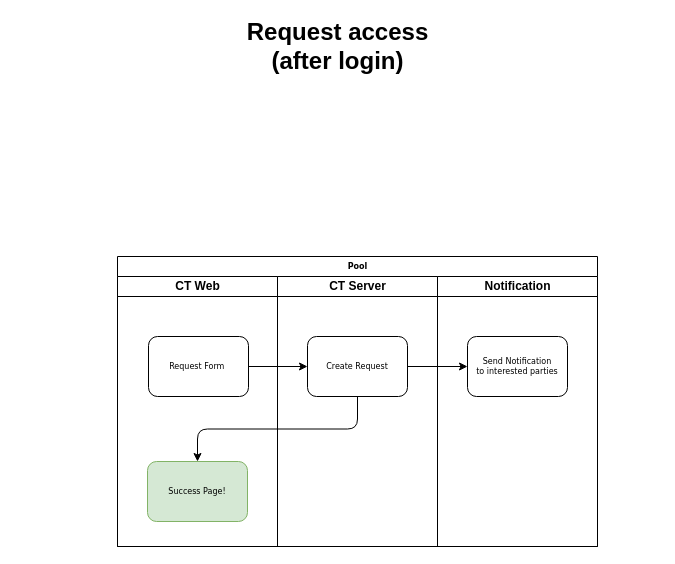
Before: page "Application Notification" (3 of 7) of Design/UserOnboardingFlow.drawio in alkem-io/alkemio, a draw.io diagram. Source tidied: cells renumbered, new cells numbered last; positions are measured from the earlier drawing's top-left corner, leaving out a move shared by most shapes. Both pictures are drawn from the tidied source at 100%, with x=0, y=0 at pixel (117, 26).
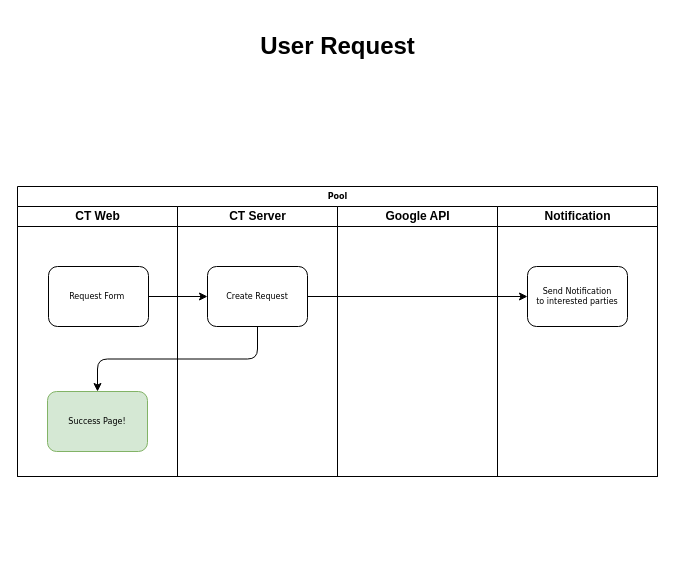
The same diagram, later.

Diff of the diagram source:
```diff
@@
 <mxGraphModel background="#ffffff">
   <root>
     <mxCell id="0" />
     <mxCell id="1" parent="0" />
     <mxCell id="2" value="Pool" style="swimlane;html=1;startSize=20;rounded=0;shadow=0;labelBackgroundColor=none;strokeWidth=1;fontFamily=Verdana;fontSize=8;align=center;" parent="1" vertex="1">
-      <mxGeometry y="230" width="480" height="290" as="geometry" />
+      <mxGeometry x="-100" y="160" width="640" height="290" as="geometry" />
     </mxCell>
     <mxCell id="3" value="CT Web" style="swimlane;html=1;startSize=20;" parent="2" vertex="1">
       <mxGeometry y="20" width="160" height="270" as="geometry" />
     </mxCell>
     <mxCell id="4" value="Request Form&amp;nbsp;" style="rounded=1;whiteSpace=wrap;html=1;shadow=0;labelBackgroundColor=none;strokeWidth=1;fontFamily=Verdana;fontSize=8;align=center;" parent="3" vertex="1">
       <mxGeometry x="31" y="60" width="100" height="60" as="geometry" />
     </mxCell>
     <mxCell id="5" value="Success Page!" style="rounded=1;whiteSpace=wrap;html=1;shadow=0;labelBackgroundColor=none;strokeWidth=1;fontFamily=Verdana;fontSize=8;align=center;fillColor=#d5e8d4;strokeColor=#82b366;" parent="3" vertex="1">
       <mxGeometry x="30" y="185" width="100" height="60" as="geometry" />
     </mxCell>
     <mxCell id="6" value="CT Server" style="swimlane;html=1;startSize=20;" parent="2" vertex="1">
       <mxGeometry x="160" y="20" width="160" height="270" as="geometry" />
     </mxCell>
     <mxCell id="7" value="Create Request" style="rounded=1;whiteSpace=wrap;html=1;shadow=0;labelBackgroundColor=none;strokeWidth=1;fontFamily=Verdana;fontSize=8;align=center;" parent="6" vertex="1">
       <mxGeometry x="30" y="60" width="100" height="60" as="geometry" />
     </mxCell>
+    <mxCell id="14" value="Google API" style="swimlane;html=1;startSize=20;" parent="2" vertex="1">
+      <mxGeometry x="320" y="20" width="160" height="270" as="geometry" />
+    </mxCell>
     <mxCell id="8" style="edgeStyle=orthogonalEdgeStyle;rounded=0;jettySize=auto;html=1;entryX=0;entryY=0.5;entryDx=0;entryDy=0;" parent="2" edge="1" source="4">
       <mxGeometry relative="1" as="geometry">
         <mxPoint x="190" y="110" as="targetPoint" />
       </mxGeometry>
     </mxCell>
     <mxCell id="9" style="edgeStyle=orthogonalEdgeStyle;rounded=1;jettySize=auto;html=1;exitX=0.5;exitY=1;exitDx=0;exitDy=0;" parent="2" edge="1" source="7" target="5">
       <mxGeometry relative="1" as="geometry" />
     </mxCell>
     <mxCell id="10" style="edgeStyle=orthogonalEdgeStyle;rounded=1;jettySize=auto;html=1;entryX=0;entryY=0.5;entryDx=0;entryDy=0;" parent="2" edge="1" source="7" target="12">
       <mxGeometry relative="1" as="geometry" />
     </mxCell>
     <mxCell id="11" value="Notification" style="swimlane;html=1;startSize=20;" parent="2" vertex="1">
-      <mxGeometry x="320" y="20" width="160" height="270" as="geometry" />
+      <mxGeometry x="480" y="20" width="160" height="270" as="geometry" />
     </mxCell>
     <mxCell id="12" value="Send Notification&lt;br&gt;to interested parties" style="rounded=1;whiteSpace=wrap;html=1;shadow=0;labelBackgroundColor=none;strokeWidth=1;fontFamily=Verdana;fontSize=8;align=center;" parent="11" vertex="1">
       <mxGeometry x="30" y="60" width="100" height="60" as="geometry" />
     </mxCell>
-    <mxCell id="13" value="Request access&lt;br&gt;(after login)" style="text;strokeColor=none;fillColor=none;html=1;fontSize=24;fontStyle=1;verticalAlign=middle;align=center;" parent="1" vertex="1">
+    <mxCell id="13" value="User Request" style="text;strokeColor=none;fillColor=none;html=1;fontSize=24;fontStyle=1;verticalAlign=middle;align=center;" parent="1" vertex="1">
       <mxGeometry x="170" width="100" height="40" as="geometry" />
     </mxCell>
   </root>
 </mxGraphModel>
```
